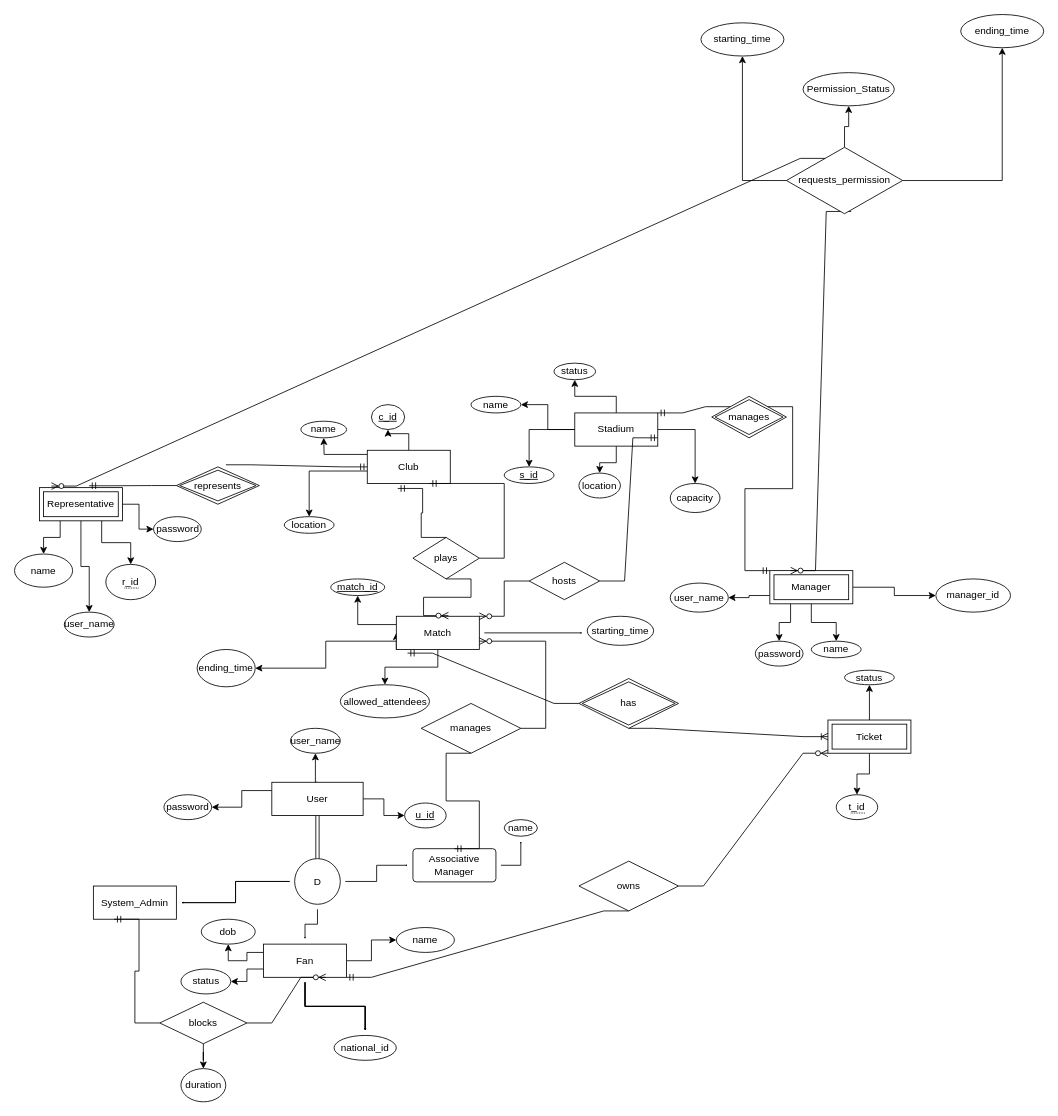
The draw.io diagram MileStone(1).drawio in Aelmeky/Stadium_tickets_system, before the edit. Source tidied: cells renumbered, new cells numbered last; positions are measured from the earlier drawing's top-left corner, leaving out a move shared by most shapes. Both pictures are drawn from the tidied source at 83%, with x=0, y=0 at pixel (14, 14).
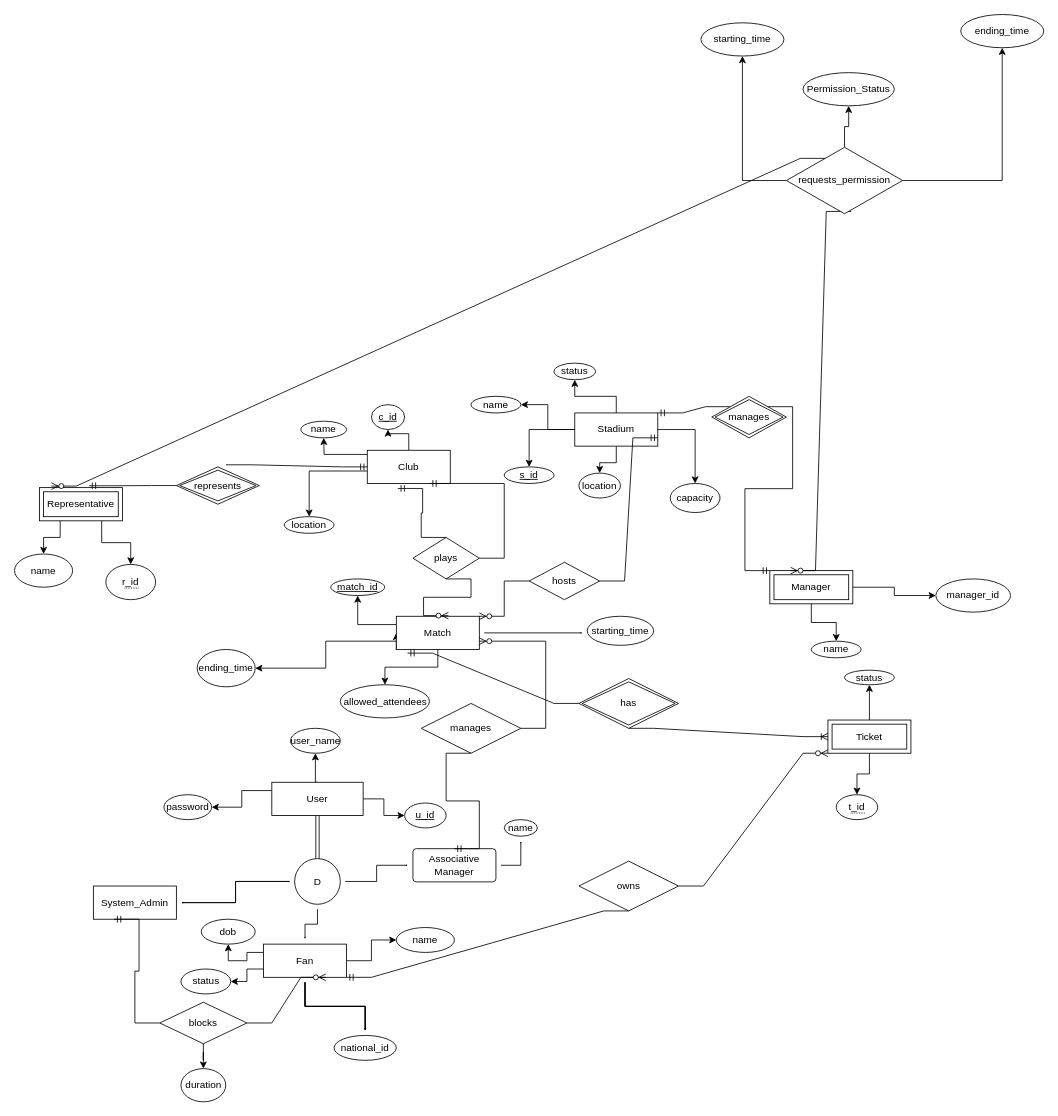
The same diagram, later.

Commit message:
fix: Removing username and password from manager.

Unchanged cells that the change refers to:
```xml
<mxCell id="29" value="Representative" style="shape=ext;margin=3;double=1;whiteSpace=wrap;html=1;align=center;" parent="1" vertex="1">
  <mxGeometry x="30" y="570" width="100" height="40" as="geometry" />
</mxCell>
<mxCell id="36" value="Manager" style="shape=ext;margin=3;double=1;whiteSpace=wrap;html=1;align=center;" parent="1" vertex="1">
  <mxGeometry x="910" y="670" width="100" height="40" as="geometry" />
</mxCell>
```

What changed in the source:
```diff
@@
-    <mxCell id="27" style="edgeStyle=orthogonalEdgeStyle;rounded=0;jettySize=auto;html=1;exitX=0.5;exitY=1;exitDx=0;exitDy=0;entryX=0.5;entryY=0;entryDx=0;entryDy=0;" parent="1" edge="1" source="29" target="116">
-      <mxGeometry relative="1" as="geometry" />
-    </mxCell>
-    <mxCell id="28" style="edgeStyle=orthogonalEdgeStyle;rounded=0;jettySize=auto;html=1;exitX=1;exitY=0.5;exitDx=0;exitDy=0;entryX=0;entryY=0.5;entryDx=0;entryDy=0;" parent="1" edge="1" source="29" target="117">
-      <mxGeometry relative="1" as="geometry" />
-    </mxCell>
@@
-    <mxCell id="34" style="edgeStyle=orthogonalEdgeStyle;rounded=0;jettySize=auto;html=1;exitX=0.25;exitY=1;exitDx=0;exitDy=0;entryX=0.5;entryY=0;entryDx=0;entryDy=0;" parent="1" edge="1" source="36" target="119">
-      <mxGeometry relative="1" as="geometry" />
-    </mxCell>
-    <mxCell id="35" style="edgeStyle=orthogonalEdgeStyle;rounded=0;jettySize=auto;html=1;exitX=0;exitY=0.75;exitDx=0;exitDy=0;entryX=1;entryY=0.5;entryDx=0;entryDy=0;" parent="1" edge="1" source="36" target="118">
-      <mxGeometry relative="1" as="geometry" />
-    </mxCell>
@@
-    <mxCell id="116" value="user_name" style="ellipse;whiteSpace=wrap;html=1;align=center;" parent="1" vertex="1">
-      <mxGeometry x="60" y="720" width="60" height="30" as="geometry" />
-    </mxCell>
-    <mxCell id="117" value="password" style="ellipse;whiteSpace=wrap;html=1;align=center;" parent="1" vertex="1">
-      <mxGeometry x="167.5" y="605" width="57.5" height="30" as="geometry" />
-    </mxCell>
-    <mxCell id="118" value="user_name" style="ellipse;whiteSpace=wrap;html=1;align=center;" parent="1" vertex="1">
-      <mxGeometry x="790" y="685" width="70" height="35" as="geometry" />
-    </mxCell>
-    <mxCell id="119" value="password" style="ellipse;whiteSpace=wrap;html=1;align=center;" parent="1" vertex="1">
-      <mxGeometry x="892.5" y="755" width="57.5" height="30" as="geometry" />
-    </mxCell>
```
